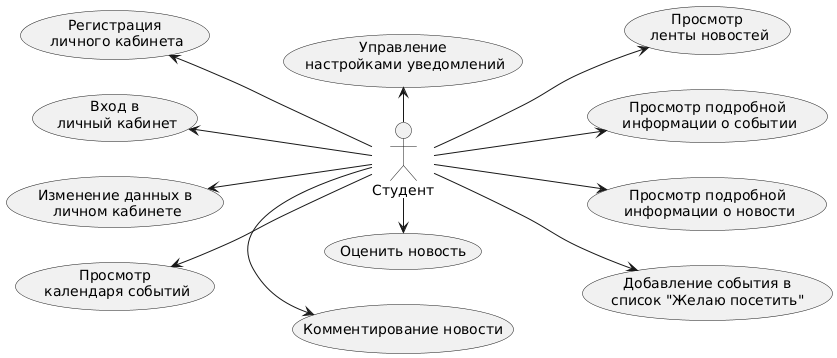
eatdetey/kubsuEVENTS keeps this PlantUML diagram as diagrams/usecase_Student.png. Above is the earlier version.
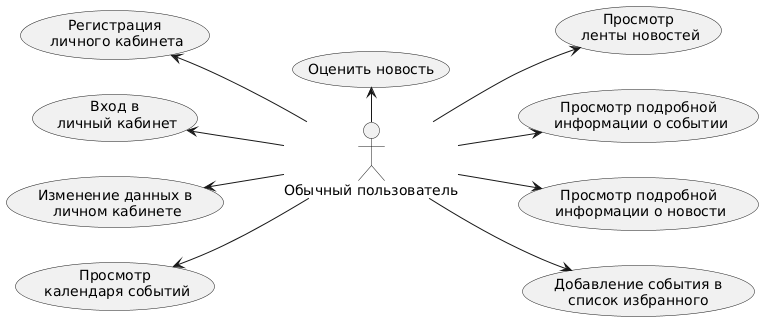
After the commit.

The edit, as a diff of the source:
```diff
@@ -1,5 +1,5 @@
 @startuml
-actor "Студент" as stu
+actor "Обычный пользователь" as stu
 usecase "Регистрация\n личного кабинета" as reg
 usecase "Вход в\n личный кабинет" as log
 usecase "Изменение данных в\n личном кабинете" as edit
@@ -7,9 +7,7 @@
 usecase "Просмотр\n ленты новостей" as showNews
 usecase "Просмотр подробной\n информации о событии" as showMoreEv
 usecase "Просмотр подробной\n информации о новости" as showMoreNews
-usecase "Добавление события в\nсписок "Желаю посетить"" as addEv
-usecase "Управление\n настройками уведомлений" as notify
-usecase "Комментирование новости" as comment
+usecase "Добавление события в\nсписок избранного" as addEv
 usecase "Оценить новость" as like
 left to right direction
 reg <-- stu
@@ -20,7 +18,5 @@
 stu --> showMoreEv
 stu --> showMoreNews
 stu --> addEv
-notify <- stu
-stu -> comment
-stu -> like
+like <- stu
 @enduml
```
